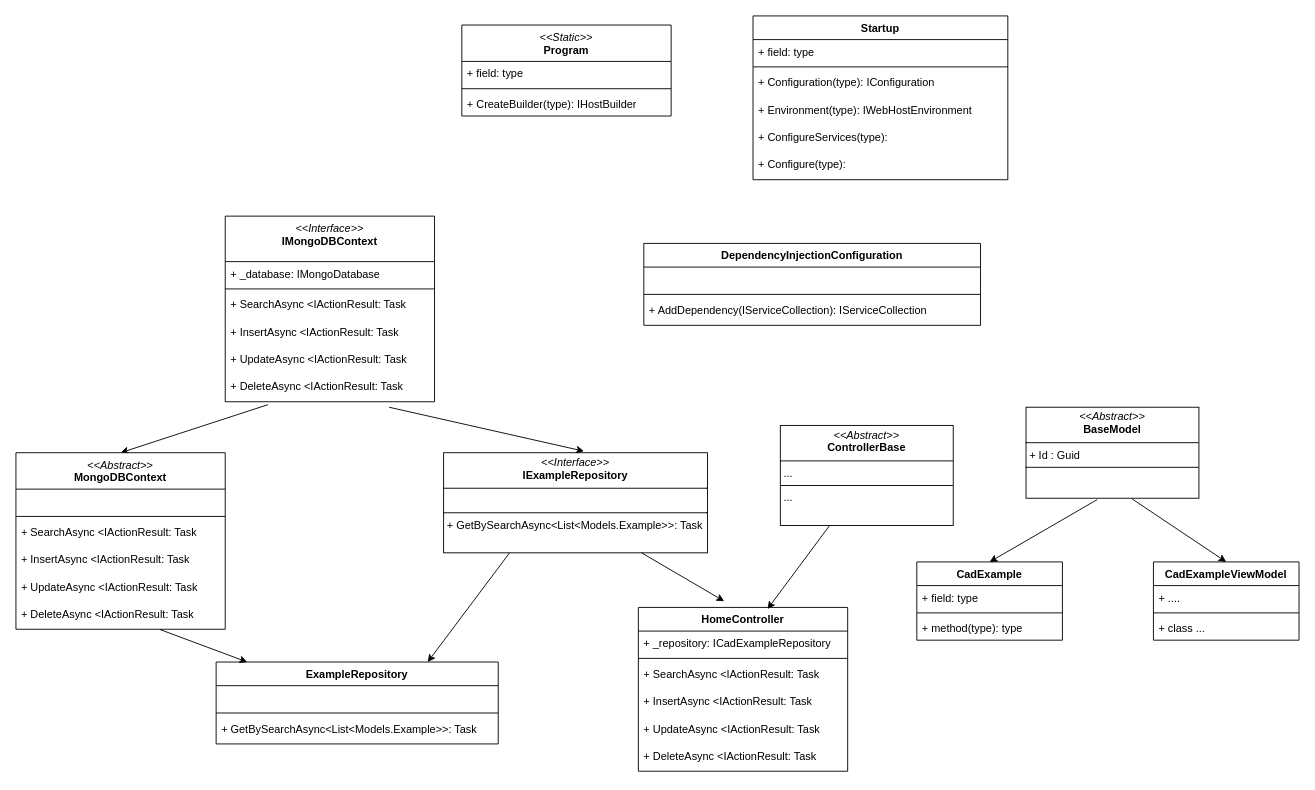
Before: Modelagem API.drawio in harissonduraes/API, a draw.io diagram. Source tidied: cells renumbered, new cells numbered last; positions are measured from the earlier drawing's top-left corner, leaving out a move shared by most shapes. Both pictures are drawn from the tidied source at 91%, with x=0, y=0 at pixel (15, 15).
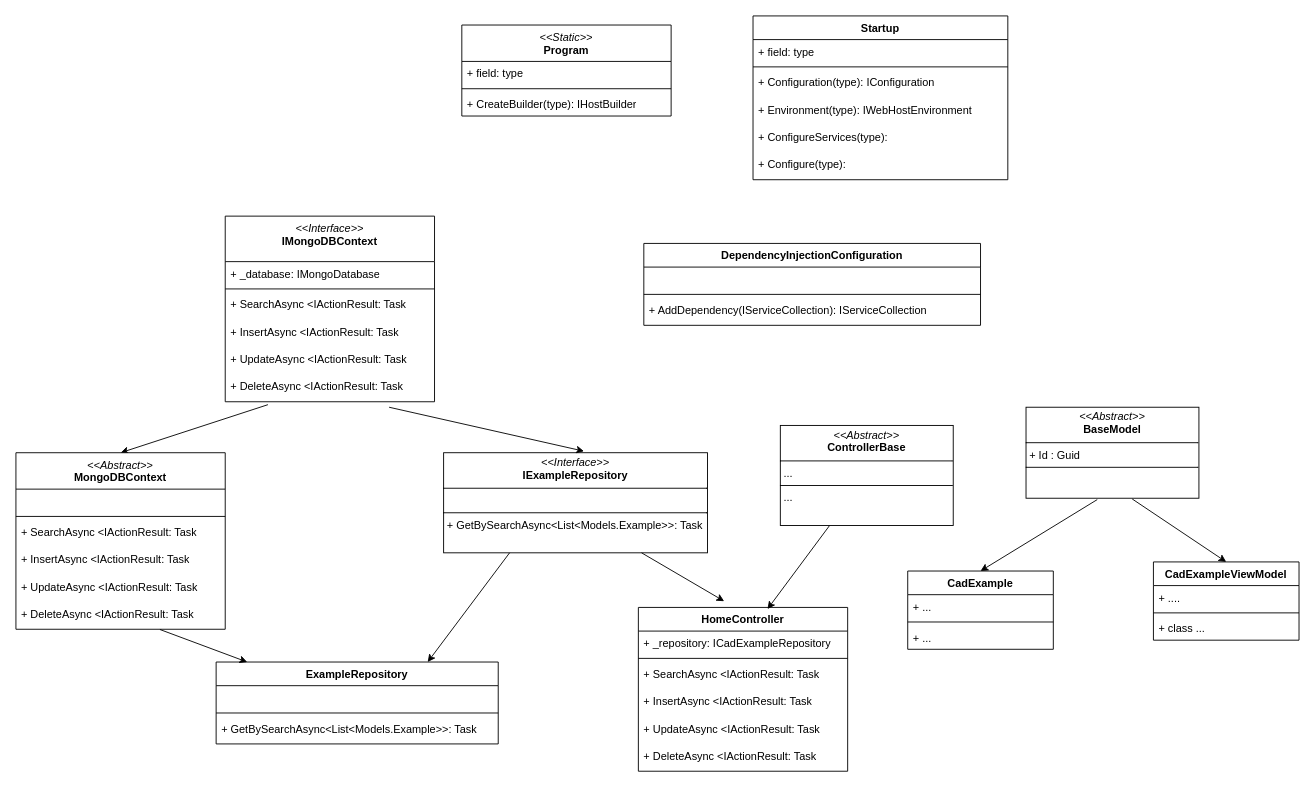
The same diagram, later.

Commit message (it also covers changes not shown here):
Adiciona imagem de modelagem de classe

The edit, as a diff of the source:
```diff
@@
     <mxCell id="33" value="CadExample" style="swimlane;fontStyle=1;align=center;verticalAlign=top;horizontal=1;startSize=26;whiteSpace=wrap;html=1;" parent="1" vertex="1">
-      <mxGeometry x="990" y="600" width="160" height="86" as="geometry" />
+      <mxGeometry x="980" y="610" width="160" height="86" as="geometry" />
     </mxCell>
-    <mxCell id="34" value="+ field: type" style="text;strokeColor=none;fillColor=none;align=left;verticalAlign=top;spacingLeft=4;spacingRight=4;overflow=hidden;whiteSpace=wrap;html=1;" parent="33" vertex="1">
+    <mxCell id="34" value="+ ..." style="text;strokeColor=none;fillColor=none;align=left;verticalAlign=top;spacingLeft=4;spacingRight=4;overflow=hidden;whiteSpace=wrap;html=1;" parent="33" vertex="1">
       <mxGeometry y="26" width="160" height="26" as="geometry" />
     </mxCell>
@@
-    <mxCell id="36" value="+ method(type): type" style="text;strokeColor=none;fillColor=none;align=left;verticalAlign=top;spacingLeft=4;spacingRight=4;overflow=hidden;whiteSpace=wrap;html=1;" parent="33" vertex="1">
+    <mxCell id="36" value="+ ..." style="text;strokeColor=none;fillColor=none;align=left;verticalAlign=top;spacingLeft=4;spacingRight=4;overflow=hidden;whiteSpace=wrap;html=1;" parent="33" vertex="1">
       <mxGeometry y="60" width="160" height="26" as="geometry" />
     </mxCell>
```
